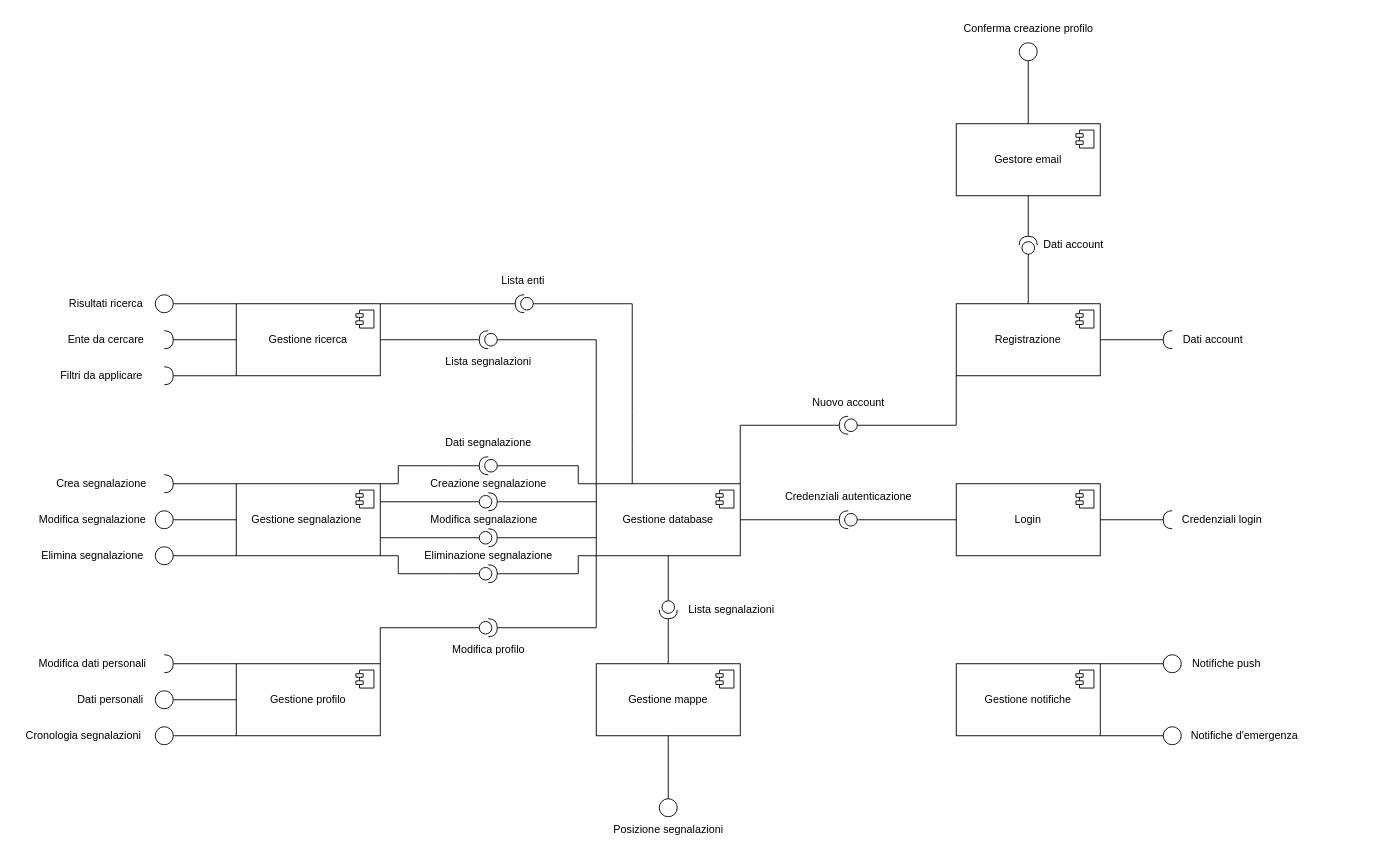
Above: ComponentDiagram.drawio in LucaBarbolini/Prova1 (draw.io), before the change. Source tidied: cells renumbered, new cells numbered last; positions are measured from the earlier drawing's top-left corner, leaving out a move shared by most shapes. Both pictures are drawn from the tidied source at 90%, with x=0, y=0 at pixel (15, 15).
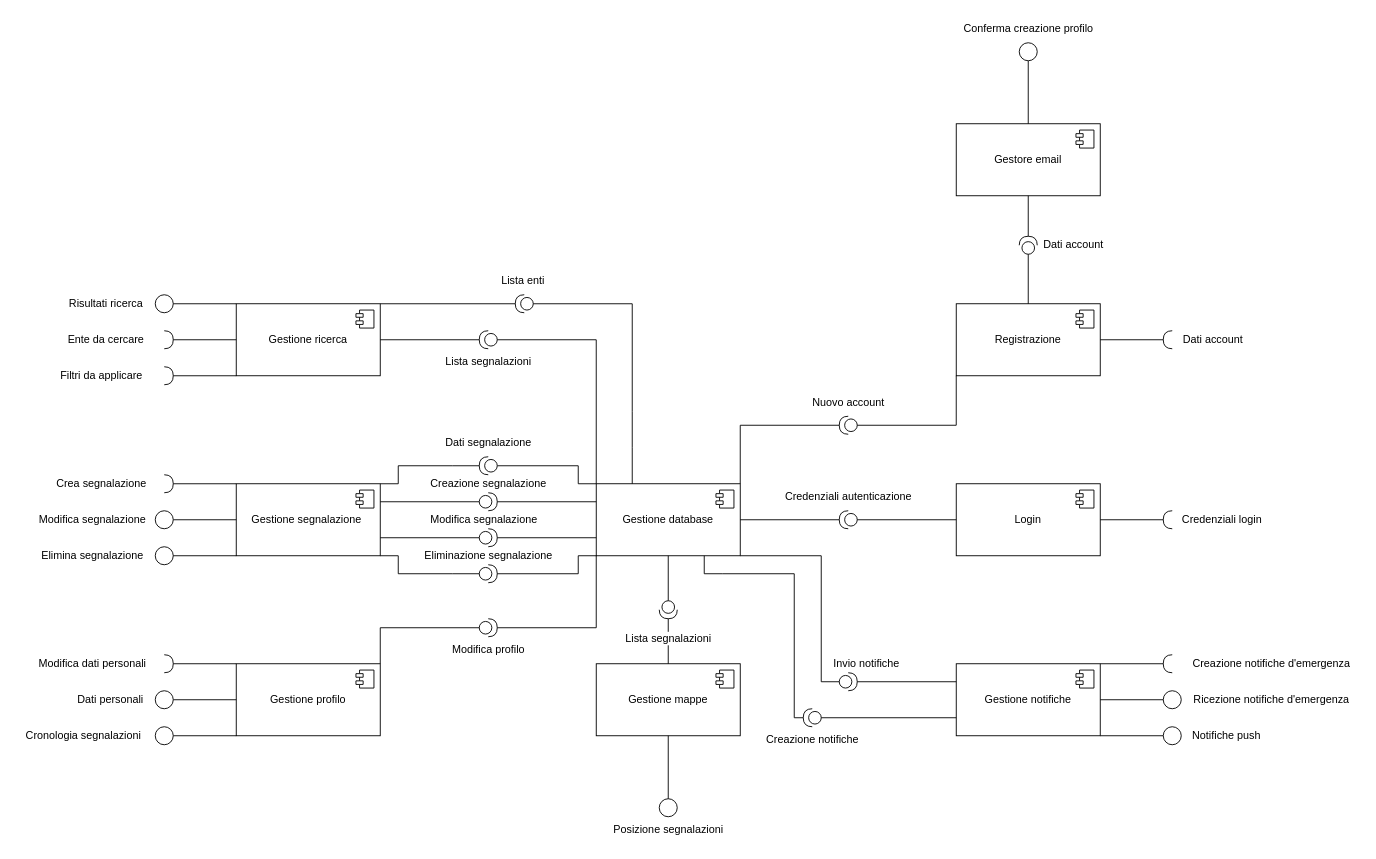
The same page after the edit.

Unchanged cells that the change refers to:
```xml
<mxCell id="2" value="Gestione database" style="html=1;whiteSpace=wrap;" parent="1" vertex="1">
  <mxGeometry x="645" y="520" width="160" height="80" as="geometry" />
</mxCell>
<mxCell id="78" style="endArrow=none;html=1;rounded=0;entryX=0.5;entryY=0;entryDx=0;entryDy=0;exitX=1;exitY=0.5;exitDx=0;exitDy=0;exitPerimeter=0;" parent="1" edge="1" source="76" target="17">
  <mxGeometry relative="1" as="geometry" />
</mxCell>
<mxCell id="103" value="Gestione notifiche" style="html=1;whiteSpace=wrap;" parent="1" vertex="1">
  <mxGeometry x="1045" y="720" width="160" height="80" as="geometry" />
</mxCell>
```

Change to the diagram source:
```diff
@@
-    <mxCell id="79" value="Lista segnalazioni" style="text;html=1;align=center;verticalAlign=middle;strokeColor=none;fillColor=none;" parent="1" vertex="1">
-      <mxGeometry x="735" y="645" width="120" height="30" as="geometry" />
+    <mxCell id="79" value="&lt;span style=&quot;font-size: 12px;&quot;&gt;Lista segnalazioni&lt;/span&gt;" style="edgeLabel;html=1;align=center;verticalAlign=middle;labelBackgroundColor=#FFFFFF;" parent="78" vertex="1">
+      <mxGeometry x="-0.16" y="-1" relative="1" as="geometry" />
     </mxCell>
@@
-    <mxCell id="105" style="endArrow=none;html=1;rounded=0;entryX=1;entryY=0;entryDx=0;entryDy=0;exitX=0;exitY=0.5;exitDx=0;exitDy=0;" parent="1" edge="1" source="106" target="103">
+    <mxCell id="105" style="endArrow=none;html=1;rounded=0;entryX=1;entryY=0.5;entryDx=0;entryDy=0;exitX=0;exitY=0.5;exitDx=0;exitDy=0;" parent="1" edge="1" source="106" target="103">
       <mxGeometry relative="1" as="geometry" />
     </mxCell>
     <mxCell id="106" style="ellipse;whiteSpace=wrap;html=1;" parent="1" vertex="1">
-      <mxGeometry x="1275" y="710" width="20" height="20" as="geometry" />
+      <mxGeometry x="1275" y="750" width="20" height="20" as="geometry" />
     </mxCell>
@@
     <mxCell id="109" value="Notifiche push" style="text;html=1;align=center;verticalAlign=middle;strokeColor=none;fillColor=none;" parent="1" vertex="1">
-      <mxGeometry x="1295" y="705" width="100" height="30" as="geometry" />
+      <mxGeometry x="1295" y="785" width="100" height="30" as="geometry" />
     </mxCell>
-    <mxCell id="110" value="Notifiche d'emergenza" style="text;html=1;align=center;verticalAlign=middle;strokeColor=none;fillColor=none;" parent="1" vertex="1">
-      <mxGeometry x="1295" y="785" width="140" height="30" as="geometry" />
+    <mxCell id="110" value="Ricezione notifiche d'emergenza" style="text;html=1;align=center;verticalAlign=middle;strokeColor=none;fillColor=none;" parent="1" vertex="1">
+      <mxGeometry x="1295" y="745" width="200" height="30" as="geometry" />
     </mxCell>
+    <mxCell id="111" style="shape=requiredInterface;html=1;verticalLabelPosition=bottom;sketch=0;direction=west;" parent="1" vertex="1">
+      <mxGeometry x="1275" y="710" width="10" height="20" as="geometry" />
+    </mxCell>
+    <mxCell id="112" style="endArrow=none;html=1;rounded=0;entryX=1;entryY=0.5;entryDx=0;entryDy=0;entryPerimeter=0;exitX=1;exitY=0;exitDx=0;exitDy=0;" parent="1" edge="1" source="103" target="111">
+      <mxGeometry relative="1" as="geometry" />
+    </mxCell>
+    <mxCell id="113" value="Creazione notifiche d'emergenza" style="text;html=1;align=center;verticalAlign=middle;strokeColor=none;fillColor=none;" parent="1" vertex="1">
+      <mxGeometry x="1295" y="705" width="200" height="30" as="geometry" />
+    </mxCell>
+    <mxCell id="114" style="shape=providedRequiredInterface;html=1;verticalLabelPosition=bottom;sketch=0;direction=east;rotation=0;" parent="1" vertex="1">
+      <mxGeometry x="915" y="730" width="20" height="20" as="geometry" />
+    </mxCell>
+    <mxCell id="115" style="shape=providedRequiredInterface;html=1;verticalLabelPosition=bottom;sketch=0;direction=west;rotation=0;" parent="1" vertex="1">
+      <mxGeometry x="875" y="770" width="20" height="20" as="geometry" />
+    </mxCell>
+    <mxCell id="116" style="endArrow=none;html=1;rounded=0;exitX=0.75;exitY=1;exitDx=0;exitDy=0;entryX=1;entryY=0.5;entryDx=0;entryDy=0;entryPerimeter=0;" parent="1" edge="1" source="2" target="115">
+      <mxGeometry relative="1" as="geometry">
+        <Array as="points">
+          <mxPoint x="765" y="620" />
+          <mxPoint x="785" y="620" />
+          <mxPoint x="865" y="620" />
+          <mxPoint x="865" y="780" />
+        </Array>
+      </mxGeometry>
+    </mxCell>
+    <mxCell id="117" style="endArrow=none;html=1;rounded=0;entryX=1;entryY=1;entryDx=0;entryDy=0;" parent="1" edge="1" target="2">
+      <mxGeometry relative="1" as="geometry">
+        <mxPoint x="895" y="600" as="sourcePoint" />
+      </mxGeometry>
+    </mxCell>
+    <mxCell id="118" value="Creazione notifiche" style="text;html=1;align=center;verticalAlign=middle;strokeColor=none;fillColor=none;" parent="1" vertex="1">
+      <mxGeometry x="820" y="790" width="130" height="30" as="geometry" />
+    </mxCell>
+    <mxCell id="119" value="Invio notifiche" style="text;html=1;align=center;verticalAlign=middle;strokeColor=none;fillColor=none;" parent="1" vertex="1">
+      <mxGeometry x="895" y="705" width="100" height="30" as="geometry" />
+    </mxCell>
+    <mxCell id="120" style="endArrow=none;html=1;rounded=0;entryX=0;entryY=0.75;entryDx=0;entryDy=0;exitX=0;exitY=0.5;exitDx=0;exitDy=0;exitPerimeter=0;" parent="1" edge="1" source="115" target="103">
+      <mxGeometry relative="1" as="geometry" />
+    </mxCell>
+    <mxCell id="121" style="endArrow=none;html=1;rounded=0;entryX=0;entryY=0.25;entryDx=0;entryDy=0;exitX=1;exitY=0.5;exitDx=0;exitDy=0;exitPerimeter=0;" parent="1" edge="1" source="114" target="103">
+      <mxGeometry relative="1" as="geometry" />
+    </mxCell>
+    <mxCell id="122" style="endArrow=none;html=1;rounded=0;exitX=0;exitY=0.5;exitDx=0;exitDy=0;exitPerimeter=0;" parent="1" edge="1" source="114">
+      <mxGeometry relative="1" as="geometry">
+        <mxPoint x="895" y="600" as="targetPoint" />
+        <Array as="points">
+          <mxPoint x="895" y="740" />
+        </Array>
+      </mxGeometry>
+    </mxCell>
```
